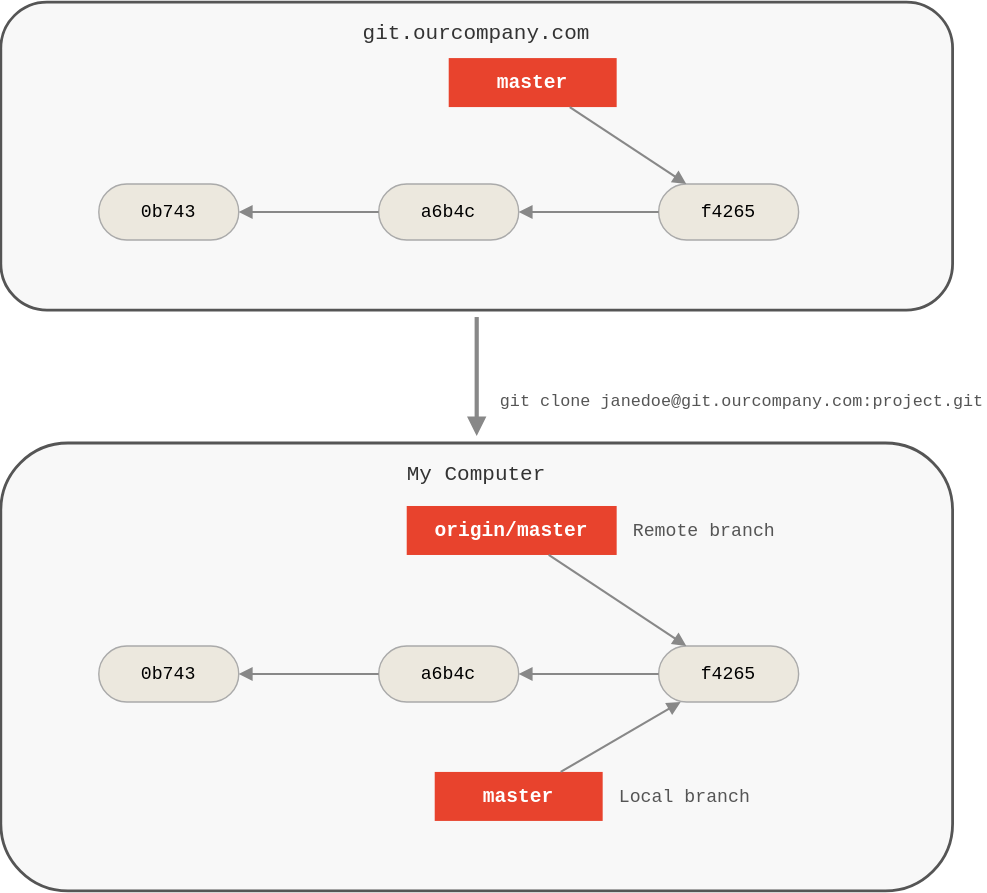
Above: slides/05-remotes/images/git-clone.drawio.svg in it-erben/training-git-for-developers (draw.io), before the change. Source tidied: cells renumbered, new cells last; positions are measured from the earlier drawing's top-left corner, leaving out a move shared by most shapes. The source it was exported from:
```xml
<mxGraphModel>
  <root>
    <mxCell id="0" />
    <mxCell id="1" parent="0" />
    <mxCell id="2" value="git.ourcompany.com" style="rounded=1;whiteSpace=wrap;fillColor=#f8f8f8;strokeColor=#555555;strokeWidth=2;verticalAlign=top;align=center;spacingTop=8;fontFamily=Courier New;fontSize=15;fontColor=#333333;" parent="1" vertex="1">
      <mxGeometry width="680" height="220" as="geometry" />
    </mxCell>
    <mxCell id="3" value="master" style="rounded=0;whiteSpace=wrap;fillColor=#e8432d;strokeColor=none;fontColor=#FFFFFF;fontFamily=Courier New;fontSize=14;fontStyle=1;" parent="1" vertex="1">
      <mxGeometry x="320" y="40" width="120" height="35" as="geometry" />
    </mxCell>
    <mxCell id="4" value="0b743" style="rounded=1;whiteSpace=wrap;arcSize=50;fillColor=#ece8de;strokeColor=#aaaaaa;fontFamily=Courier New;fontSize=13;" parent="1" vertex="1">
      <mxGeometry x="70" y="130" width="100" height="40" as="geometry" />
    </mxCell>
    <mxCell id="5" value="a6b4c" style="rounded=1;whiteSpace=wrap;arcSize=50;fillColor=#ece8de;strokeColor=#aaaaaa;fontFamily=Courier New;fontSize=13;" parent="1" vertex="1">
      <mxGeometry x="270" y="130" width="100" height="40" as="geometry" />
    </mxCell>
    <mxCell id="6" value="f4265" style="rounded=1;whiteSpace=wrap;arcSize=50;fillColor=#ece8de;strokeColor=#aaaaaa;fontFamily=Courier New;fontSize=13;" parent="1" vertex="1">
      <mxGeometry x="470" y="130" width="100" height="40" as="geometry" />
    </mxCell>
    <mxCell id="7" style="endArrow=block;endFill=1;strokeColor=#888888;strokeWidth=1.5;" parent="1" edge="1" source="3" target="6">
      <mxGeometry relative="1" as="geometry" />
    </mxCell>
    <mxCell id="8" style="endArrow=block;endFill=1;strokeColor=#888888;strokeWidth=1.5;" parent="1" edge="1" source="5" target="4">
      <mxGeometry relative="1" as="geometry" />
    </mxCell>
    <mxCell id="9" style="endArrow=block;endFill=1;strokeColor=#888888;strokeWidth=1.5;" parent="1" edge="1" source="6" target="5">
      <mxGeometry relative="1" as="geometry" />
    </mxCell>
    <mxCell id="10" value="git clone janedoe@git.ourcompany.com:project.git" style="endArrow=block;endFill=1;strokeColor=#888888;strokeWidth=3;fontSize=12;fontFamily=Courier New;fontColor=#555555;verticalAlign=top;align=left;spacingLeft=15;" parent="1" edge="1">
      <mxGeometry x="0.1" relative="1" as="geometry">
        <mxPoint x="340" y="225" as="sourcePoint" />
        <mxPoint x="340" y="310" as="targetPoint" />
      </mxGeometry>
    </mxCell>
    <mxCell id="11" value="My Computer" style="rounded=1;whiteSpace=wrap;fillColor=#f8f8f8;strokeColor=#555555;strokeWidth=2;verticalAlign=top;align=center;spacingTop=8;fontFamily=Courier New;fontSize=15;fontColor=#333333;" parent="1" vertex="1">
      <mxGeometry y="315" width="680" height="320" as="geometry" />
    </mxCell>
    <mxCell id="12" value="origin/master" style="rounded=0;whiteSpace=wrap;fillColor=#e8432d;strokeColor=none;fontColor=#FFFFFF;fontFamily=Courier New;fontSize=14;fontStyle=1;" parent="1" vertex="1">
      <mxGeometry x="290" y="360" width="150" height="35" as="geometry" />
    </mxCell>
    <mxCell id="13" value="Remote branch" style="text;html=1;align=left;verticalAlign=middle;fillColor=none;strokeColor=none;fontFamily=Courier New;fontSize=13;fontColor=#555555;" parent="1" vertex="1">
      <mxGeometry x="450" y="360" width="140" height="35" as="geometry" />
    </mxCell>
    <mxCell id="14" value="0b743" style="rounded=1;whiteSpace=wrap;arcSize=50;fillColor=#ece8de;strokeColor=#aaaaaa;fontFamily=Courier New;fontSize=13;" parent="1" vertex="1">
      <mxGeometry x="70" y="460" width="100" height="40" as="geometry" />
    </mxCell>
    <mxCell id="15" value="a6b4c" style="rounded=1;whiteSpace=wrap;arcSize=50;fillColor=#ece8de;strokeColor=#aaaaaa;fontFamily=Courier New;fontSize=13;" parent="1" vertex="1">
      <mxGeometry x="270" y="460" width="100" height="40" as="geometry" />
    </mxCell>
    <mxCell id="16" value="f4265" style="rounded=1;whiteSpace=wrap;arcSize=50;fillColor=#ece8de;strokeColor=#aaaaaa;fontFamily=Courier New;fontSize=13;" parent="1" vertex="1">
      <mxGeometry x="470" y="460" width="100" height="40" as="geometry" />
    </mxCell>
    <mxCell id="17" value="master" style="rounded=0;whiteSpace=wrap;fillColor=#e8432d;strokeColor=none;fontColor=#FFFFFF;fontFamily=Courier New;fontSize=14;fontStyle=1;" parent="1" vertex="1">
      <mxGeometry x="310" y="550" width="120" height="35" as="geometry" />
    </mxCell>
    <mxCell id="18" value="Local branch" style="text;html=1;align=left;verticalAlign=middle;fillColor=none;strokeColor=none;fontFamily=Courier New;fontSize=13;fontColor=#555555;" parent="1" vertex="1">
      <mxGeometry x="440" y="550" width="130" height="35" as="geometry" />
    </mxCell>
    <mxCell id="19" style="endArrow=block;endFill=1;strokeColor=#888888;strokeWidth=1.5;" parent="1" edge="1" source="12" target="16">
      <mxGeometry relative="1" as="geometry" />
    </mxCell>
    <mxCell id="20" style="endArrow=block;endFill=1;strokeColor=#888888;strokeWidth=1.5;" parent="1" edge="1" source="15" target="14">
      <mxGeometry relative="1" as="geometry" />
    </mxCell>
    <mxCell id="21" style="endArrow=block;endFill=1;strokeColor=#888888;strokeWidth=1.5;" parent="1" edge="1" source="16" target="15">
      <mxGeometry relative="1" as="geometry" />
    </mxCell>
    <mxCell id="22" style="endArrow=block;endFill=1;strokeColor=#888888;strokeWidth=1.5;" parent="1" edge="1" source="17" target="16">
      <mxGeometry relative="1" as="geometry" />
    </mxCell>
  </root>
</mxGraphModel>
```
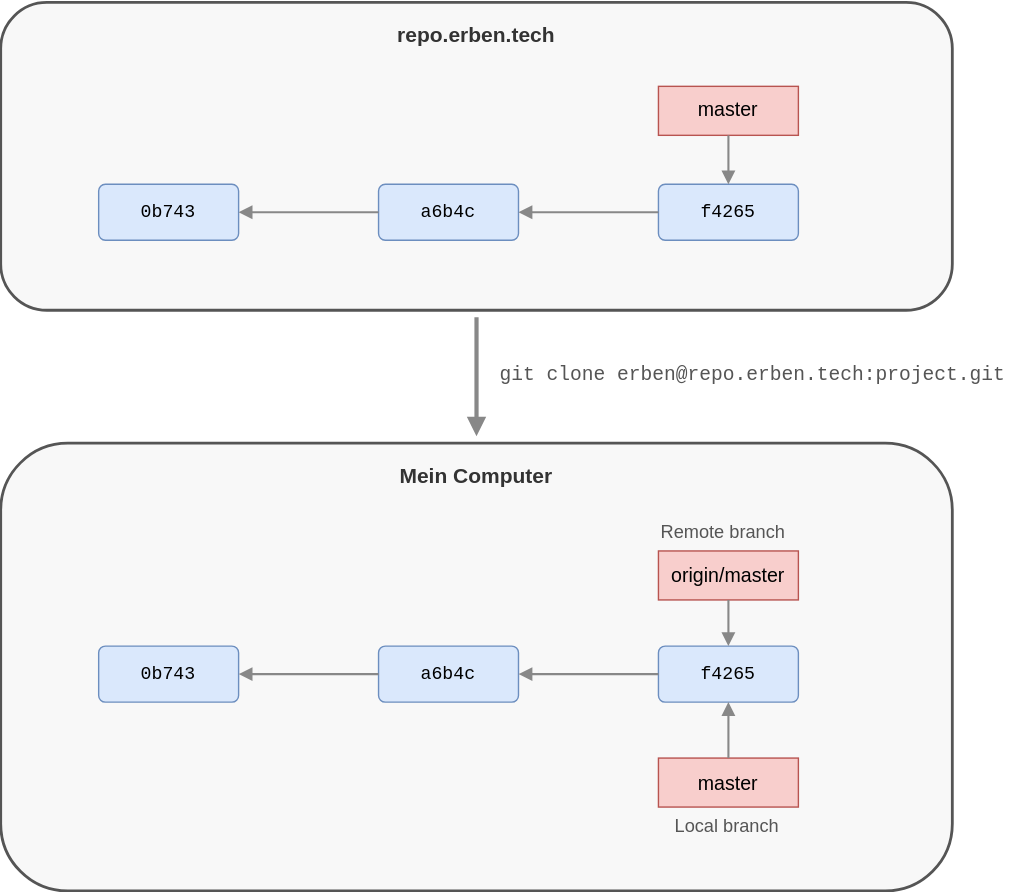
After the commit.

Change to the diagram source:
```diff
@@ -2,19 +2,19 @@
   <root>
     <mxCell id="0" />
     <mxCell id="1" parent="0" />
-    <mxCell id="2" value="git.ourcompany.com" style="rounded=1;whiteSpace=wrap;fillColor=#f8f8f8;strokeColor=#555555;strokeWidth=2;verticalAlign=top;align=center;spacingTop=8;fontFamily=Courier New;fontSize=15;fontColor=#333333;" parent="1" vertex="1">
+    <mxCell id="2" value="repo.erben.tech" style="rounded=1;whiteSpace=wrap;fillColor=#f8f8f8;strokeColor=#555555;strokeWidth=2;verticalAlign=top;align=center;spacingTop=8;fontFamily=Helvetica;fontSize=15;fontColor=#333333;fontStyle=1;" parent="1" vertex="1">
       <mxGeometry width="680" height="220" as="geometry" />
     </mxCell>
-    <mxCell id="3" value="master" style="rounded=0;whiteSpace=wrap;fillColor=#e8432d;strokeColor=none;fontColor=#FFFFFF;fontFamily=Courier New;fontSize=14;fontStyle=1;" parent="1" vertex="1">
-      <mxGeometry x="320" y="40" width="120" height="35" as="geometry" />
+    <mxCell id="3" value="master" style="rounded=0;whiteSpace=wrap;fillColor=#f8cecc;strokeColor=#b85450;fontFamily=Helvetica;fontSize=14;fontStyle=0;" parent="1" vertex="1">
+      <mxGeometry x="470" y="60" width="100" height="35" as="geometry" />
     </mxCell>
-    <mxCell id="4" value="0b743" style="rounded=1;whiteSpace=wrap;arcSize=50;fillColor=#ece8de;strokeColor=#aaaaaa;fontFamily=Courier New;fontSize=13;" parent="1" vertex="1">
+    <mxCell id="4" value="0b743" style="rounded=1;whiteSpace=wrap;arcSize=12;fillColor=#dae8fc;strokeColor=#6c8ebf;fontFamily=Courier New;fontSize=13;" parent="1" vertex="1">
       <mxGeometry x="70" y="130" width="100" height="40" as="geometry" />
     </mxCell>
-    <mxCell id="5" value="a6b4c" style="rounded=1;whiteSpace=wrap;arcSize=50;fillColor=#ece8de;strokeColor=#aaaaaa;fontFamily=Courier New;fontSize=13;" parent="1" vertex="1">
+    <mxCell id="5" value="a6b4c" style="rounded=1;whiteSpace=wrap;arcSize=12;fillColor=#dae8fc;strokeColor=#6c8ebf;fontFamily=Courier New;fontSize=13;" parent="1" vertex="1">
       <mxGeometry x="270" y="130" width="100" height="40" as="geometry" />
     </mxCell>
-    <mxCell id="6" value="f4265" style="rounded=1;whiteSpace=wrap;arcSize=50;fillColor=#ece8de;strokeColor=#aaaaaa;fontFamily=Courier New;fontSize=13;" parent="1" vertex="1">
+    <mxCell id="6" value="f4265" style="rounded=1;whiteSpace=wrap;arcSize=12;fillColor=#dae8fc;strokeColor=#6c8ebf;fontFamily=Courier New;fontSize=13;" parent="1" vertex="1">
       <mxGeometry x="470" y="130" width="100" height="40" as="geometry" />
     </mxCell>
     <mxCell id="7" style="endArrow=block;endFill=1;strokeColor=#888888;strokeWidth=1.5;" parent="1" edge="1" source="3" target="6">
@@ -26,35 +26,35 @@
     <mxCell id="9" style="endArrow=block;endFill=1;strokeColor=#888888;strokeWidth=1.5;" parent="1" edge="1" source="6" target="5">
       <mxGeometry relative="1" as="geometry" />
     </mxCell>
-    <mxCell id="10" value="git clone janedoe@git.ourcompany.com:project.git" style="endArrow=block;endFill=1;strokeColor=#888888;strokeWidth=3;fontSize=12;fontFamily=Courier New;fontColor=#555555;verticalAlign=top;align=left;spacingLeft=15;" parent="1" edge="1">
-      <mxGeometry x="0.1" relative="1" as="geometry">
+    <mxCell id="10" value="git clone erben@repo.erben.tech:project.git" style="endArrow=block;endFill=1;strokeColor=#888888;strokeWidth=3;fontSize=14;fontFamily=Courier New;fontColor=#555555;verticalAlign=top;align=left;spacingLeft=15;" parent="1" edge="1">
+      <mxGeometry x="-0.41" relative="1" as="geometry">
         <mxPoint x="340" y="225" as="sourcePoint" />
         <mxPoint x="340" y="310" as="targetPoint" />
       </mxGeometry>
     </mxCell>
-    <mxCell id="11" value="My Computer" style="rounded=1;whiteSpace=wrap;fillColor=#f8f8f8;strokeColor=#555555;strokeWidth=2;verticalAlign=top;align=center;spacingTop=8;fontFamily=Courier New;fontSize=15;fontColor=#333333;" parent="1" vertex="1">
+    <mxCell id="11" value="Mein Computer" style="rounded=1;whiteSpace=wrap;fillColor=#f8f8f8;strokeColor=#555555;strokeWidth=2;verticalAlign=top;align=center;spacingTop=8;fontFamily=Helvetica;fontSize=15;fontColor=#333333;fontStyle=1;" parent="1" vertex="1">
       <mxGeometry y="315" width="680" height="320" as="geometry" />
     </mxCell>
-    <mxCell id="12" value="origin/master" style="rounded=0;whiteSpace=wrap;fillColor=#e8432d;strokeColor=none;fontColor=#FFFFFF;fontFamily=Courier New;fontSize=14;fontStyle=1;" parent="1" vertex="1">
-      <mxGeometry x="290" y="360" width="150" height="35" as="geometry" />
+    <mxCell id="12" value="origin/master" style="rounded=0;whiteSpace=wrap;fillColor=#f8cecc;strokeColor=#b85450;fontFamily=Helvetica;fontSize=14;fontStyle=0;" parent="1" vertex="1">
+      <mxGeometry x="470" y="392" width="100" height="35" as="geometry" />
     </mxCell>
-    <mxCell id="13" value="Remote branch" style="text;html=1;align=left;verticalAlign=middle;fillColor=none;strokeColor=none;fontFamily=Courier New;fontSize=13;fontColor=#555555;" parent="1" vertex="1">
-      <mxGeometry x="450" y="360" width="140" height="35" as="geometry" />
+    <mxCell id="13" value="Remote branch" style="text;html=1;align=left;verticalAlign=middle;fillColor=none;strokeColor=none;fontFamily=Helvetica;fontSize=13;fontColor=#555555;" parent="1" vertex="1">
+      <mxGeometry x="470" y="360" width="100" height="35" as="geometry" />
     </mxCell>
-    <mxCell id="14" value="0b743" style="rounded=1;whiteSpace=wrap;arcSize=50;fillColor=#ece8de;strokeColor=#aaaaaa;fontFamily=Courier New;fontSize=13;" parent="1" vertex="1">
+    <mxCell id="14" value="0b743" style="rounded=1;whiteSpace=wrap;arcSize=12;fillColor=#dae8fc;strokeColor=#6c8ebf;fontFamily=Courier New;fontSize=13;" parent="1" vertex="1">
       <mxGeometry x="70" y="460" width="100" height="40" as="geometry" />
     </mxCell>
-    <mxCell id="15" value="a6b4c" style="rounded=1;whiteSpace=wrap;arcSize=50;fillColor=#ece8de;strokeColor=#aaaaaa;fontFamily=Courier New;fontSize=13;" parent="1" vertex="1">
+    <mxCell id="15" value="a6b4c" style="rounded=1;whiteSpace=wrap;arcSize=12;fillColor=#dae8fc;strokeColor=#6c8ebf;fontFamily=Courier New;fontSize=13;" parent="1" vertex="1">
       <mxGeometry x="270" y="460" width="100" height="40" as="geometry" />
     </mxCell>
-    <mxCell id="16" value="f4265" style="rounded=1;whiteSpace=wrap;arcSize=50;fillColor=#ece8de;strokeColor=#aaaaaa;fontFamily=Courier New;fontSize=13;" parent="1" vertex="1">
+    <mxCell id="16" value="f4265" style="rounded=1;whiteSpace=wrap;arcSize=12;fillColor=#dae8fc;strokeColor=#6c8ebf;fontFamily=Courier New;fontSize=13;" parent="1" vertex="1">
       <mxGeometry x="470" y="460" width="100" height="40" as="geometry" />
     </mxCell>
-    <mxCell id="17" value="master" style="rounded=0;whiteSpace=wrap;fillColor=#e8432d;strokeColor=none;fontColor=#FFFFFF;fontFamily=Courier New;fontSize=14;fontStyle=1;" parent="1" vertex="1">
-      <mxGeometry x="310" y="550" width="120" height="35" as="geometry" />
+    <mxCell id="17" value="master" style="rounded=0;whiteSpace=wrap;fillColor=#f8cecc;strokeColor=#b85450;fontFamily=Helvetica;fontSize=14;fontStyle=0;" parent="1" vertex="1">
+      <mxGeometry x="470" y="540" width="100" height="35" as="geometry" />
     </mxCell>
-    <mxCell id="18" value="Local branch" style="text;html=1;align=left;verticalAlign=middle;fillColor=none;strokeColor=none;fontFamily=Courier New;fontSize=13;fontColor=#555555;" parent="1" vertex="1">
-      <mxGeometry x="440" y="550" width="130" height="35" as="geometry" />
+    <mxCell id="18" value="Local branch" style="text;html=1;align=left;verticalAlign=middle;fillColor=none;strokeColor=none;fontFamily=Helvetica;fontSize=13;fontColor=#555555;" parent="1" vertex="1">
+      <mxGeometry x="480.5" y="570" width="80" height="35" as="geometry" />
     </mxCell>
     <mxCell id="19" style="endArrow=block;endFill=1;strokeColor=#888888;strokeWidth=1.5;" parent="1" edge="1" source="12" target="16">
       <mxGeometry relative="1" as="geometry" />
```
